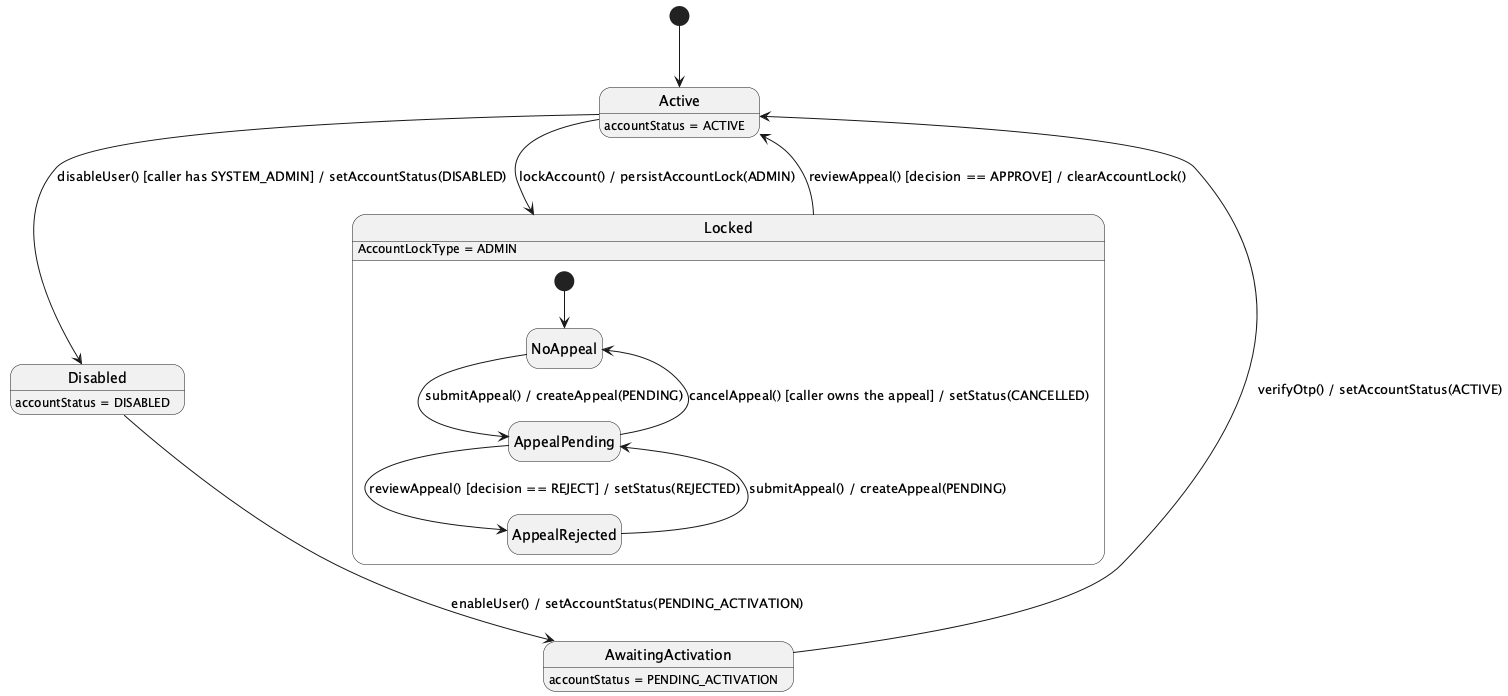
ChuongBDHE172784/CareBridge_SEP490_G79 keeps this PlantUML diagram as 03_Design/Detailed_Design/MF01_Account_Trust_Access_Control/images/03_Admin_Account_Governance_Security_and_Audit_StateChartDiagram.png. Above is the earlier version. Source of this version:
```plantuml
@startuml
hide empty description
[*] --> Active

Active --> Disabled : disableUser() [caller has SYSTEM_ADMIN] / setAccountStatus(DISABLED)
Disabled --> AwaitingActivation : enableUser() / setAccountStatus(PENDING_ACTIVATION)
AwaitingActivation --> Active : verifyOtp() / setAccountStatus(ACTIVE)
Active --> Locked : lockAccount() / persistAccountLock(ADMIN)
Locked --> Active : reviewAppeal() [decision == APPROVE] / clearAccountLock()

state Locked {
  [*] --> NoAppeal
  NoAppeal --> AppealPending : submitAppeal() / createAppeal(PENDING)
  AppealPending --> AppealRejected : reviewAppeal() [decision == REJECT] / setStatus(REJECTED)
  AppealPending --> NoAppeal : cancelAppeal() [caller owns the appeal] / setStatus(CANCELLED)
  AppealRejected --> AppealPending : submitAppeal() / createAppeal(PENDING)
}

Active : accountStatus = ACTIVE
Disabled : accountStatus = DISABLED
AwaitingActivation : accountStatus = PENDING_ACTIVATION
Locked : AccountLockType = ADMIN
@enduml
```
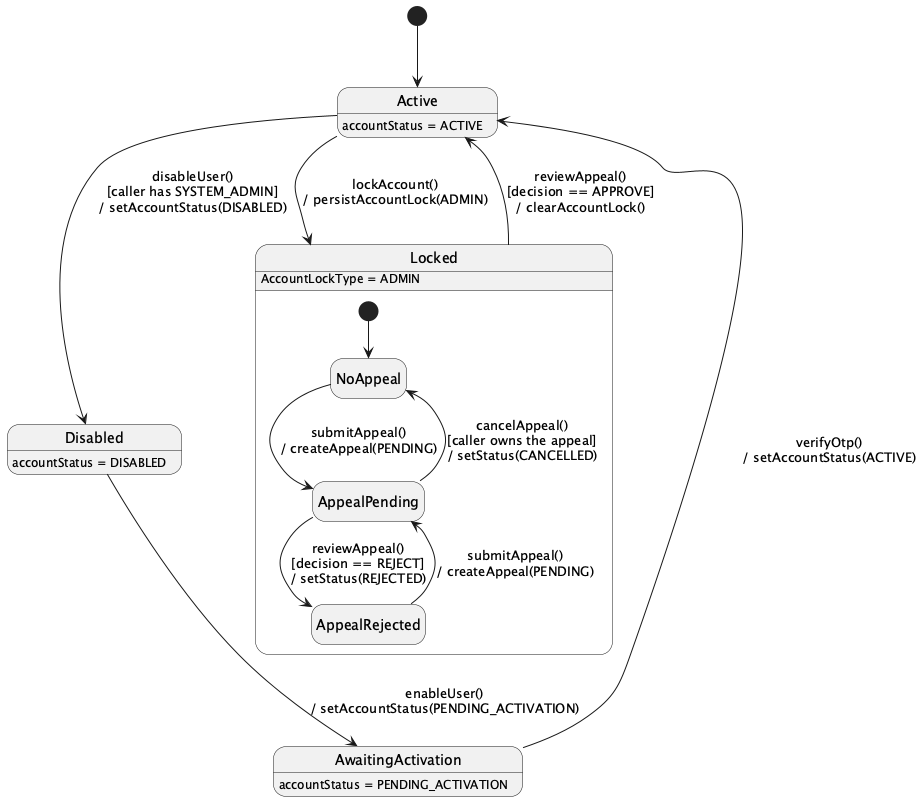
The same file after the commit.

Diff of the diagram source:
```diff
@@ -1,19 +1,19 @@
-@startuml
+@startuml StateChartDiagram_03AdminAccountGovernanceSecurityandAudit
 hide empty description
 [*] --> Active
 
-Active --> Disabled : disableUser() [caller has SYSTEM_ADMIN] / setAccountStatus(DISABLED)
-Disabled --> AwaitingActivation : enableUser() / setAccountStatus(PENDING_ACTIVATION)
-AwaitingActivation --> Active : verifyOtp() / setAccountStatus(ACTIVE)
-Active --> Locked : lockAccount() / persistAccountLock(ADMIN)
-Locked --> Active : reviewAppeal() [decision == APPROVE] / clearAccountLock()
+Active --> Disabled : disableUser()\n[caller has SYSTEM_ADMIN]\n/ setAccountStatus(DISABLED)
+Disabled --> AwaitingActivation : enableUser()\n/ setAccountStatus(PENDING_ACTIVATION)
+AwaitingActivation --> Active : verifyOtp()\n/ setAccountStatus(ACTIVE)
+Active --> Locked : lockAccount()\n/ persistAccountLock(ADMIN)
+Locked --> Active : reviewAppeal()\n[decision == APPROVE]\n/ clearAccountLock()
 
 state Locked {
   [*] --> NoAppeal
-  NoAppeal --> AppealPending : submitAppeal() / createAppeal(PENDING)
-  AppealPending --> AppealRejected : reviewAppeal() [decision == REJECT] / setStatus(REJECTED)
-  AppealPending --> NoAppeal : cancelAppeal() [caller owns the appeal] / setStatus(CANCELLED)
-  AppealRejected --> AppealPending : submitAppeal() / createAppeal(PENDING)
+  NoAppeal --> AppealPending : submitAppeal()\n/ createAppeal(PENDING)
+  AppealPending --> AppealRejected : reviewAppeal()\n[decision == REJECT]\n/ setStatus(REJECTED)
+  AppealPending --> NoAppeal : cancelAppeal()\n[caller owns the appeal]\n/ setStatus(CANCELLED)
+  AppealRejected --> AppealPending : submitAppeal()\n/ createAppeal(PENDING)
 }
 
 Active : accountStatus = ACTIVE
```
